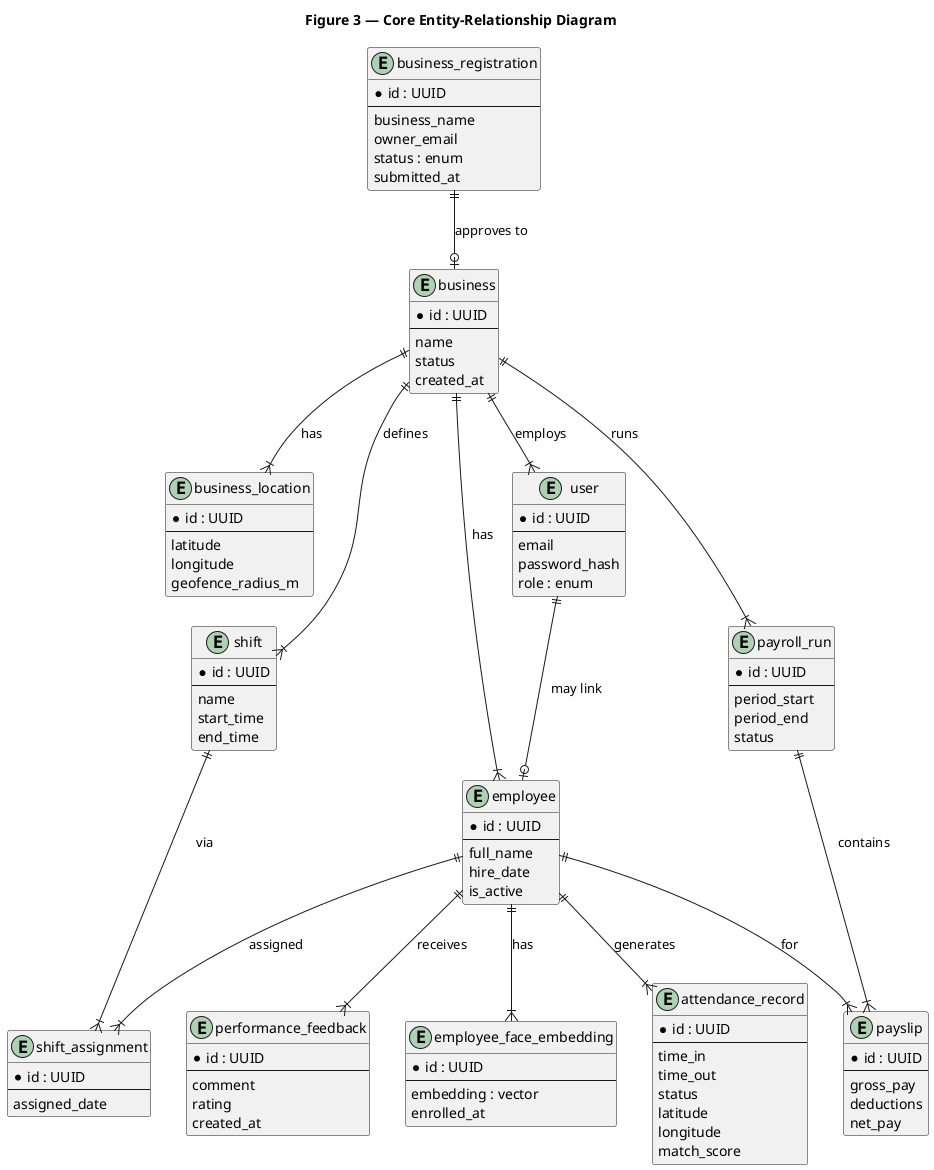
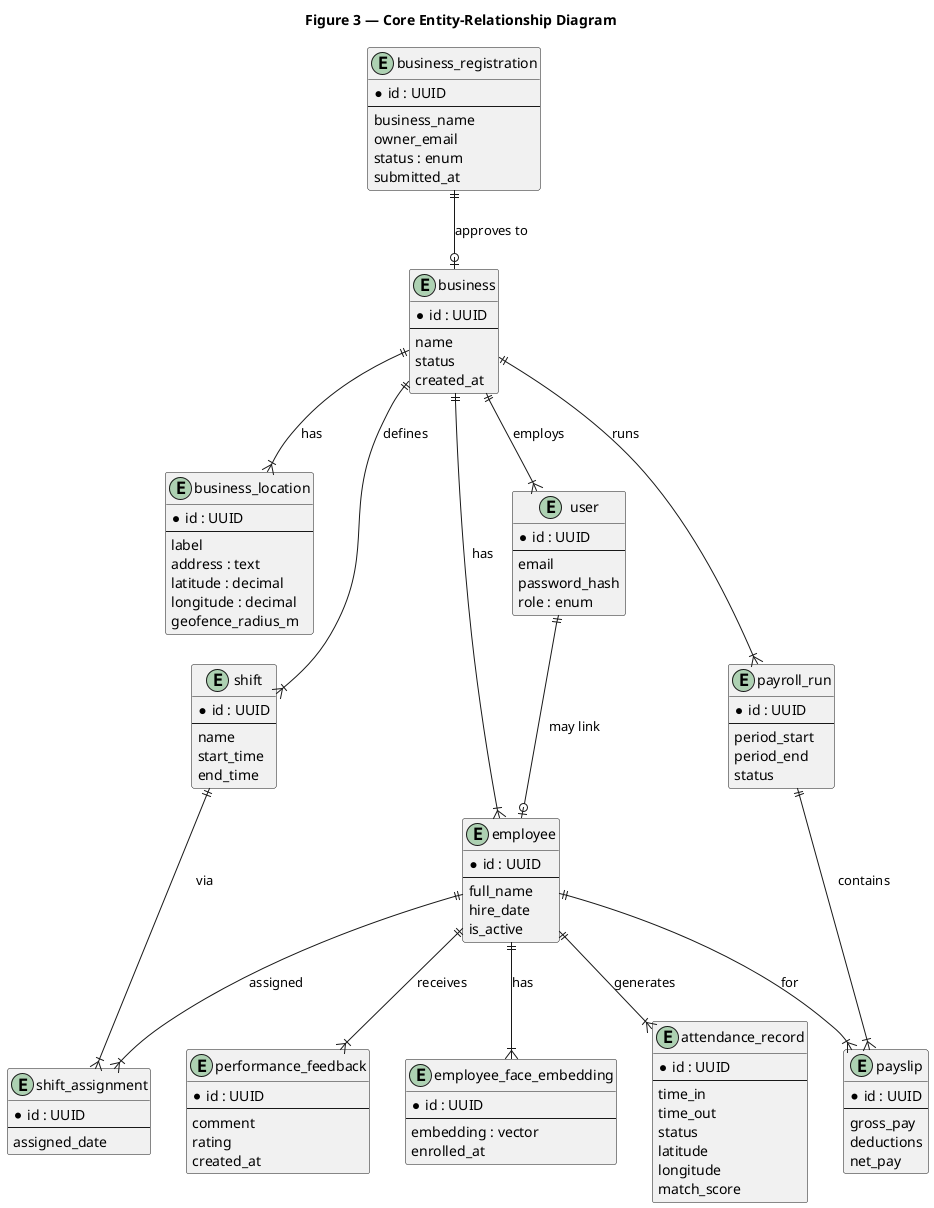
@startuml Aroll_ERD
title Figure 3 — Core Entity-Relationship Diagram

entity "business_registration" as BR {
  * id : UUID
  --
  business_name
  owner_email
  status : enum
  submitted_at
}

entity "business" as B {
  * id : UUID
  --
  name
  status
  created_at
}

entity "business_location" as BL {
  * id : UUID
  --
-   latitude
-   longitude
+   label
+   address : text
+   latitude : decimal
+   longitude : decimal
  geofence_radius_m
}

entity "user" as U {
  * id : UUID
  --
  email
  password_hash
  role : enum
}

entity "employee" as E {
  * id : UUID
  --
  full_name
  hire_date
  is_active
}

entity "employee_face_embedding" as EFE {
  * id : UUID
  --
  embedding : vector
  enrolled_at
}

entity "shift" as S {
  * id : UUID
  --
  name
  start_time
  end_time
}

entity "shift_assignment" as SA {
  * id : UUID
  --
  assigned_date
}

entity "attendance_record" as AR {
  * id : UUID
  --
  time_in
  time_out
  status
  latitude
  longitude
  match_score
}

entity "payroll_run" as PR {
  * id : UUID
  --
  period_start
  period_end
  status
}

entity "payslip" as P {
  * id : UUID
  --
  gross_pay
  deductions
  net_pay
}

entity "performance_feedback" as PF {
  * id : UUID
  --
  comment
  rating
  created_at
}

BR ||--o| B : approves to
B ||--|{ BL : has
B ||--|{ U : employs
B ||--|{ E : has
U ||--o| E : may link
E ||--|{ EFE : has
B ||--|{ S : defines
E ||--|{ SA : assigned
S ||--|{ SA : via
E ||--|{ AR : generates
B ||--|{ PR : runs
PR ||--|{ P : contains
E ||--|{ P : for
E ||--|{ PF : receives

@enduml
